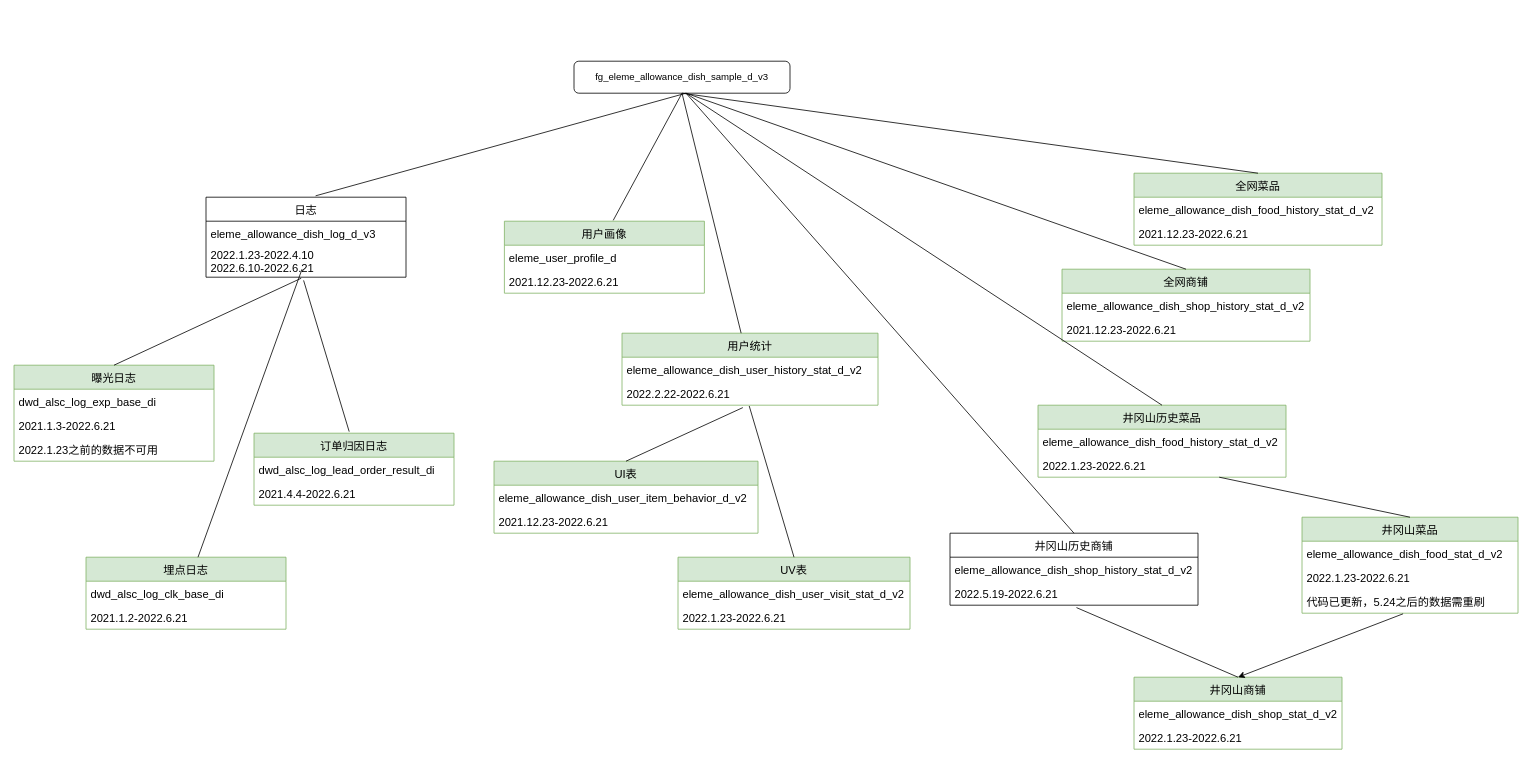
Xiaohu-D/- keeps this draw.io diagram as Untitled Diagram.drawio. Above is the earlier version. Source tidied: cells renumbered, new cells numbered last; positions are measured from the earlier drawing's top-left corner, leaving out a move shared by most shapes. Both pictures are drawn from the tidied source at 80%, with x=0, y=0 at pixel (14, 61).
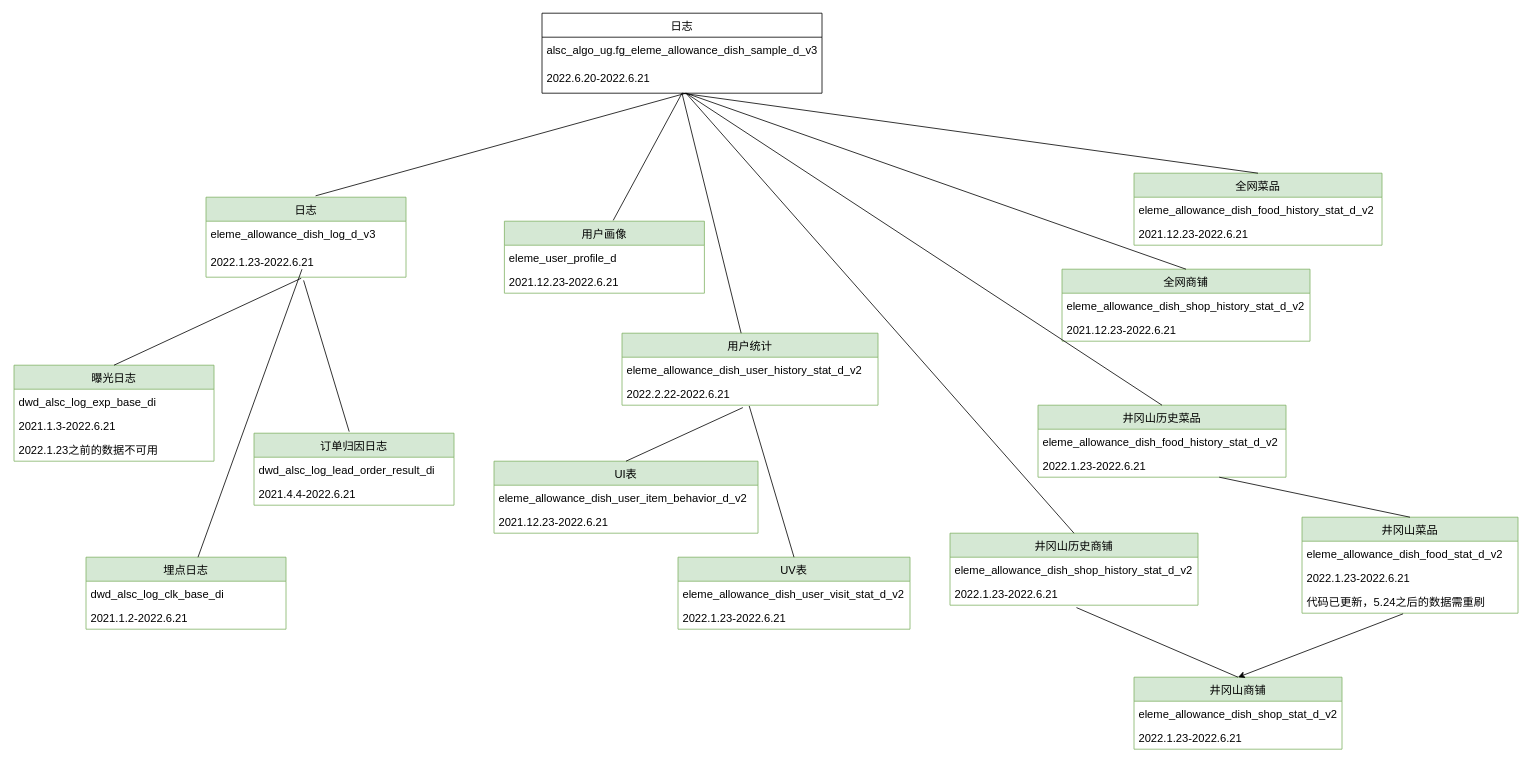
The same page after the edit.

Unchanged cells that the change refers to:
```xml
<mxCell id="24" value="用户画像" style="swimlane;fontStyle=0;horizontal=1;startSize=30;fontSize=14;fillColor=#d5e8d4;strokeColor=#82b366;" parent="1" vertex="1">
  <mxGeometry x="613" y="200" width="250" height="90" as="geometry" />
</mxCell>
<mxCell id="27" value="用户统计" style="swimlane;fontStyle=0;horizontal=1;startSize=30;fontSize=14;fillColor=#d5e8d4;strokeColor=#82b366;" parent="1" vertex="1">
  <mxGeometry x="760" y="340" width="320" height="90" as="geometry" />
</mxCell>
<mxCell id="42" value="全网菜品" style="swimlane;fontStyle=0;horizontal=1;startSize=30;fontSize=14;fillColor=#d5e8d4;strokeColor=#82b366;" parent="1" vertex="1">
  <mxGeometry x="1400" y="140" width="310" height="90" as="geometry" />
</mxCell>
```

Change to the diagram source:
```diff
@@
-    <mxCell id="2" value="&lt;div class=&quot;lake-content&quot;&gt;&lt;div class=&quot;lake-content&quot;&gt;&lt;span class=&quot;ne-text&quot;&gt;fg_eleme_allowance_dish_sample_d_v3&lt;/span&gt;&lt;/div&gt;&lt;/div&gt;" style="rounded=1;whiteSpace=wrap;html=1;" parent="1" vertex="1">
-      <mxGeometry x="700" width="270" height="40" as="geometry" />
-    </mxCell>
-    <mxCell id="3" value="日志" style="swimlane;fontStyle=0;horizontal=1;startSize=30;fontSize=14;" parent="1" vertex="1">
+    <mxCell id="3" value="日志" style="swimlane;fontStyle=0;horizontal=1;startSize=30;fontSize=14;fillColor=#d5e8d4;strokeColor=#82b366;" parent="1" vertex="1">
       <mxGeometry x="240" y="170" width="250" height="100" as="geometry" />
     </mxCell>
@@
-    <mxCell id="5" value="2022.1.23-2022.4.10&#10;2022.6.10-2022.6.21" style="text;strokeColor=none;fillColor=none;align=left;verticalAlign=middle;spacingLeft=4;spacingRight=4;overflow=hidden;points=[[0,0.5],[1,0.5]];portConstraint=eastwest;fontSize=14;" parent="3" vertex="1">
+    <mxCell id="5" value="2022.1.23-2022.6.21" style="text;strokeColor=none;fillColor=none;align=left;verticalAlign=middle;spacingLeft=4;spacingRight=4;overflow=hidden;points=[[0,0.5],[1,0.5]];portConstraint=eastwest;fontSize=14;" parent="3" vertex="1">
       <mxGeometry y="60" width="250" height="40" as="geometry" />
     </mxCell>
@@
-    <mxCell id="23" style="endArrow=none;html=1;rounded=0;entryX=0.5;entryY=1;entryDx=0;entryDy=0;exitX=0.544;exitY=-0.011;exitDx=0;exitDy=0;exitPerimeter=0;" parent="1" edge="1" source="24" target="2">
-      <mxGeometry relative="1" as="geometry" />
+    <mxCell id="23" style="endArrow=none;html=1;rounded=0;entryX=0.5;entryY=1;entryDx=0;entryDy=0;exitX=0.544;exitY=-0.011;exitDx=0;exitDy=0;exitPerimeter=0;" parent="1" edge="1" source="24">
+      <mxGeometry relative="1" as="geometry">
+        <mxPoint x="835" y="40" as="targetPoint" />
+      </mxGeometry>
     </mxCell>
@@
-    <mxCell id="30" style="endArrow=none;html=1;rounded=0;entryX=0.5;entryY=1;entryDx=0;entryDy=0;" parent="1" edge="1" source="27" target="2">
-      <mxGeometry relative="1" as="geometry" />
+    <mxCell id="30" style="endArrow=none;html=1;rounded=0;entryX=0.5;entryY=1;entryDx=0;entryDy=0;" parent="1" edge="1" source="27">
+      <mxGeometry relative="1" as="geometry">
+        <mxPoint x="835" y="40" as="targetPoint" />
+      </mxGeometry>
     </mxCell>
@@
-    <mxCell id="39" value="井冈山历史商铺" style="swimlane;fontStyle=0;horizontal=1;startSize=30;fontSize=14;" parent="1" vertex="1">
+    <mxCell id="39" value="井冈山历史商铺" style="swimlane;fontStyle=0;horizontal=1;startSize=30;fontSize=14;fillColor=#d5e8d4;strokeColor=#82b366;" parent="1" vertex="1">
       <mxGeometry x="1170" y="590" width="310" height="90" as="geometry" />
     </mxCell>
@@
-    <mxCell id="41" value="2022.5.19-2022.6.21" style="text;strokeColor=none;fillColor=none;align=left;verticalAlign=middle;spacingLeft=4;spacingRight=4;overflow=hidden;points=[[0,0.5],[1,0.5]];portConstraint=eastwest;fontSize=14;" parent="39" vertex="1">
+    <mxCell id="41" value="2022.1.23-2022.6.21" style="text;strokeColor=none;fillColor=none;align=left;verticalAlign=middle;spacingLeft=4;spacingRight=4;overflow=hidden;points=[[0,0.5],[1,0.5]];portConstraint=eastwest;fontSize=14;" parent="39" vertex="1">
       <mxGeometry y="60" width="310" height="30" as="geometry" />
     </mxCell>
@@
-    <mxCell id="48" style="endArrow=none;html=1;rounded=0;entryX=0.5;entryY=0;entryDx=0;entryDy=0;exitX=0.5;exitY=1;exitDx=0;exitDy=0;" parent="1" edge="1" source="2" target="42">
-      <mxGeometry relative="1" as="geometry" />
+    <mxCell id="48" style="endArrow=none;html=1;rounded=0;entryX=0.5;entryY=0;entryDx=0;entryDy=0;exitX=0.5;exitY=1;exitDx=0;exitDy=0;" parent="1" edge="1" target="42">
+      <mxGeometry relative="1" as="geometry">
+        <mxPoint x="835" y="40" as="sourcePoint" />
+      </mxGeometry>
     </mxCell>
@@
+    <mxCell id="62" value="日志" style="swimlane;fontStyle=0;horizontal=1;startSize=30;fontSize=14;" parent="1" vertex="1">
+      <mxGeometry x="660" y="-60" width="350" height="100" as="geometry" />
+    </mxCell>
+    <mxCell id="63" value="alsc_algo_ug.fg_eleme_allowance_dish_sample_d_v3" style="text;strokeColor=none;fillColor=none;align=left;verticalAlign=middle;spacingLeft=4;spacingRight=4;overflow=hidden;fontSize=14;" parent="62" vertex="1">
+      <mxGeometry y="30" width="350" height="30" as="geometry" />
+    </mxCell>
+    <mxCell id="64" value="2022.6.20-2022.6.21" style="text;strokeColor=none;fillColor=none;align=left;verticalAlign=middle;spacingLeft=4;spacingRight=4;overflow=hidden;fontSize=14;" parent="62" vertex="1">
+      <mxGeometry y="60" width="350" height="40" as="geometry" />
+    </mxCell>
```
